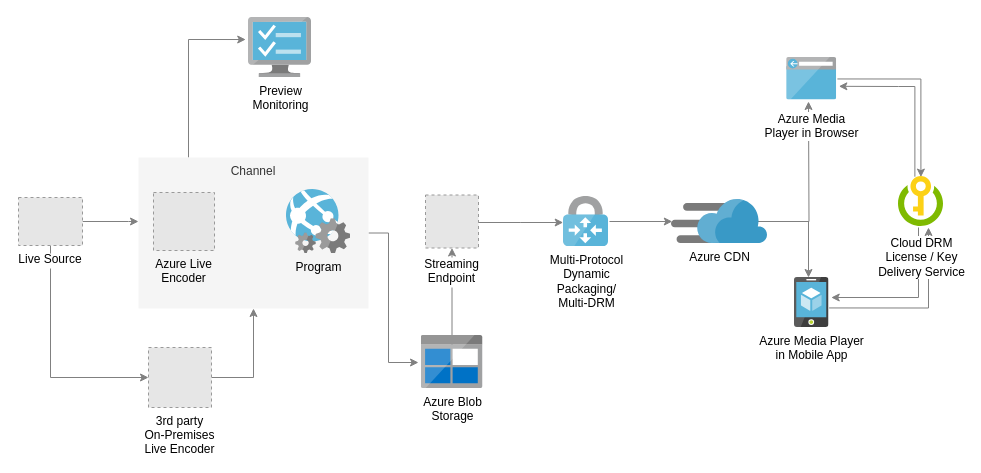
Before: XREAL_COACH.drawio in STak4/SmartGlassCoaching, a draw.io diagram. Source tidied: cells renumbered, new cells numbered last; positions are measured from the earlier drawing's top-left corner, leaving out a move shared by most shapes. Both pictures are drawn from the tidied source at 100%, with x=0, y=0 at pixel (18, 17). Pictures stored in the file or linked from it are replaced by grey dashed boxes.
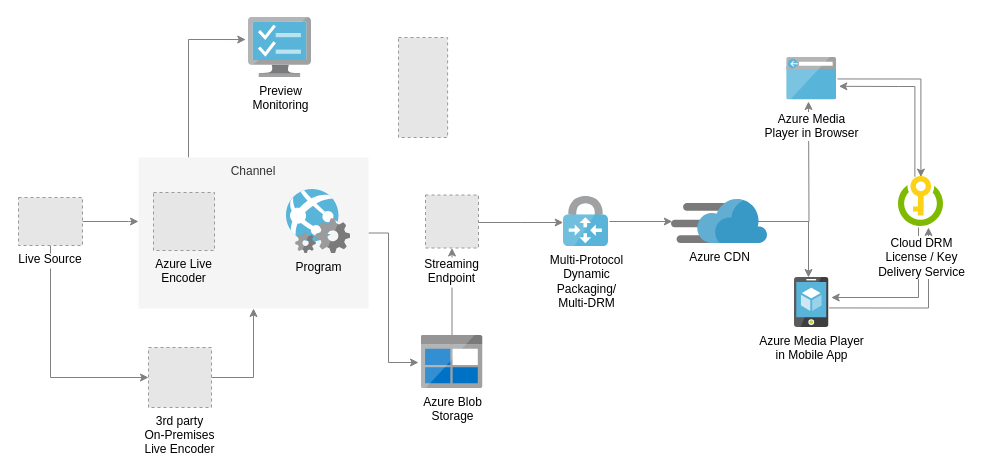
The same diagram, later.

Commit message (it also covers changes not shown here):
XREAL_COACH.drawio を更新します

What changed in the source:
```diff
@@
+    <mxCell id="30" style="fillColor=#E6E6E6;strokeColor=#999999;dashed=1;verticalLabelPosition=bottom;labelBackgroundColor=#ffffff;verticalAlign=top;" parent="1" vertex="1">
+      <mxGeometry x="380" y="20" width="49.1" height="100" as="geometry" />
+    </mxCell>
```
